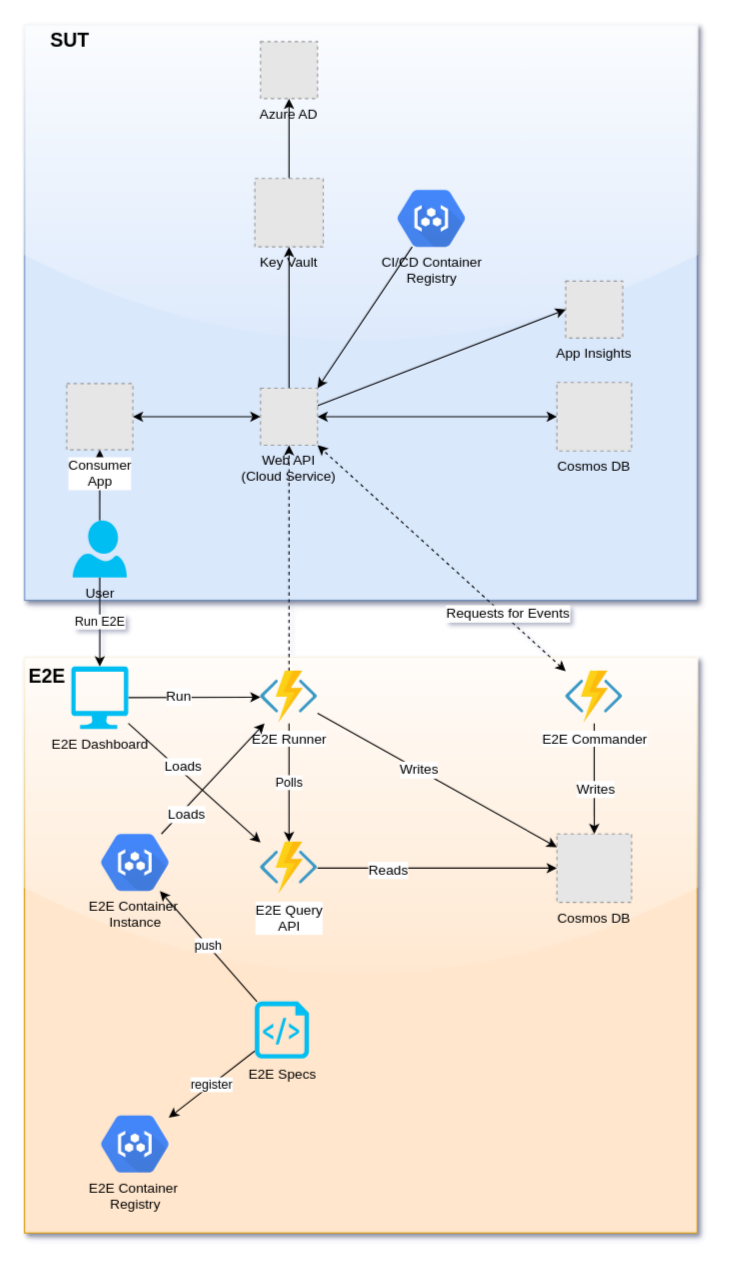
Before: E2E Reference Architecture.drawio in cse-southeast-devcrew/e2e, a draw.io diagram. Source tidied: cells renumbered, new cells numbered last; positions are measured from the earlier drawing's top-left corner, leaving out a move shared by most shapes. Both pictures are drawn from the tidied source at 114%, with x=0, y=0 at pixel (24, 24). Pictures stored in the file or linked from it are replaced by grey dashed boxes.
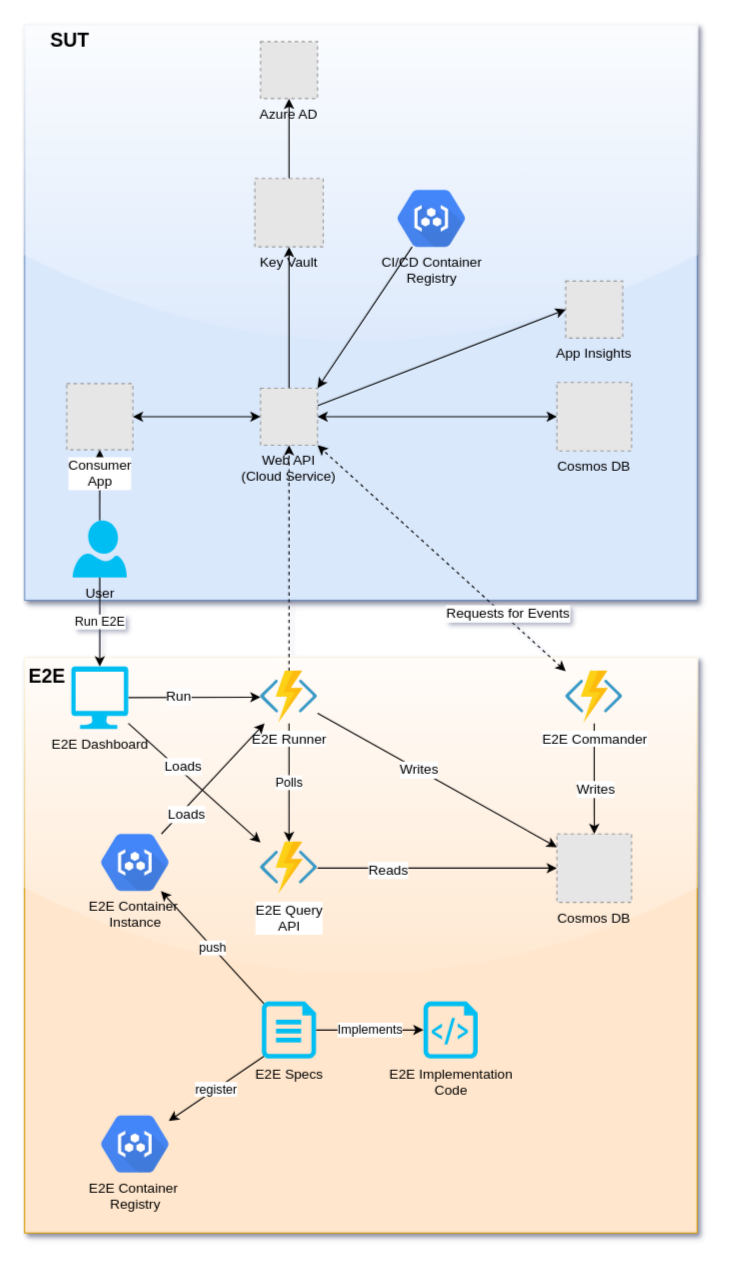
After the change.

The change refers to these unchanged cells:
```xml
<mxCell id="32" value="E2E Container&amp;nbsp;&lt;br&gt;Instance" style="shape=mxgraph.gcp.compute.container_registry;html=1;fillColor=#4387FD;gradientColor=#4683EA;strokeColor=none;verticalLabelPosition=bottom;verticalAlign=top;align=center;" parent="1" vertex="1">
  <mxGeometry x="67" y="710" width="59.5" height="50" as="geometry" />
</mxCell>
<mxCell id="33" value="E2E Container&amp;nbsp;&lt;br&gt;Registry" style="shape=mxgraph.gcp.compute.container_registry;html=1;fillColor=#4387FD;gradientColor=#4683EA;strokeColor=none;verticalLabelPosition=bottom;verticalAlign=top;align=center;" parent="1" vertex="1">
  <mxGeometry x="67" y="957" width="59.5" height="50" as="geometry" />
</mxCell>
```

Diff of the diagram source:
```diff
@@
-    <mxCell id="34" value="register" style="edgeStyle=none;rounded=0;jettySize=auto;html=1;startArrow=none;startFill=0;" parent="1" edge="1" source="36" target="33">
+    <mxCell id="34" value="register" style="edgeStyle=none;rounded=0;jettySize=auto;html=1;startArrow=none;startFill=0;exitX=0.04;exitY=0.96;exitDx=0;exitDy=0;exitPerimeter=0;" parent="1" edge="1" source="49" target="33">
       <mxGeometry relative="1" as="geometry" />
     </mxCell>
-    <mxCell id="35" value="push" style="edgeStyle=none;rounded=0;jettySize=auto;html=1;startArrow=none;startFill=0;" parent="1" edge="1" source="36" target="32">
+    <mxCell id="35" value="push" style="edgeStyle=none;rounded=0;jettySize=auto;html=1;startArrow=none;startFill=0;exitX=0.04;exitY=0.04;exitDx=0;exitDy=0;exitPerimeter=0;" parent="1" edge="1" source="49" target="32">
       <mxGeometry relative="1" as="geometry" />
     </mxCell>
-    <mxCell id="36" value="E2E Specs" style="verticalLabelPosition=bottom;html=1;verticalAlign=top;align=center;strokeColor=none;fillColor=#00BEF2;shape=mxgraph.azure.script_file;" parent="1" vertex="1">
-      <mxGeometry x="202" y="857" width="47.5" height="50" as="geometry" />
+    <mxCell id="36" value="E2E Implementation&lt;br&gt;Code" style="verticalLabelPosition=bottom;html=1;verticalAlign=top;align=center;strokeColor=none;fillColor=#00BEF2;shape=mxgraph.azure.script_file;" parent="1" vertex="1">
+      <mxGeometry x="350" y="857" width="47.5" height="50" as="geometry" />
     </mxCell>
@@
+    <mxCell id="48" value="Implements" style="edgeStyle=orthogonalEdgeStyle;rounded=0;jettySize=auto;html=1;" parent="1" edge="1" source="49" target="36">
+      <mxGeometry relative="1" as="geometry" />
+    </mxCell>
+    <mxCell id="49" value="E2E Specs" style="verticalLabelPosition=bottom;html=1;verticalAlign=top;align=center;strokeColor=none;fillColor=#00BEF2;shape=mxgraph.azure.wadcfg_diagnostics_file;" parent="1" vertex="1">
+      <mxGeometry x="208.2" y="857" width="47.5" height="50" as="geometry" />
+    </mxCell>
```
